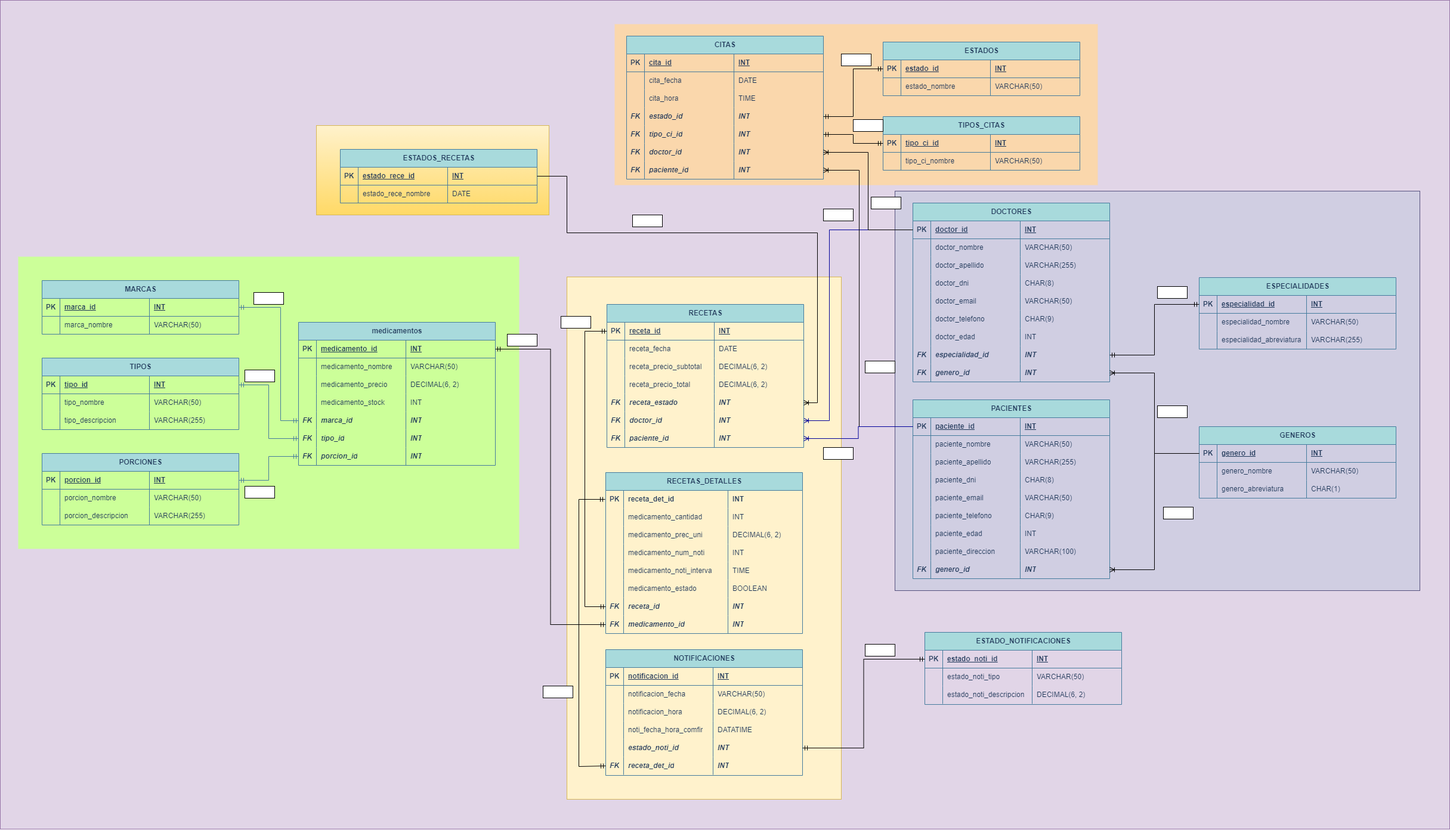
jetaype21/BD-GRUPOUNO keeps this draw.io diagram as docConnect.drawio.png. Above is the earlier version. Source tidied: cells renumbered, new cells last; positions are measured from the earlier drawing's top-left corner, leaving out a move shared by most shapes.
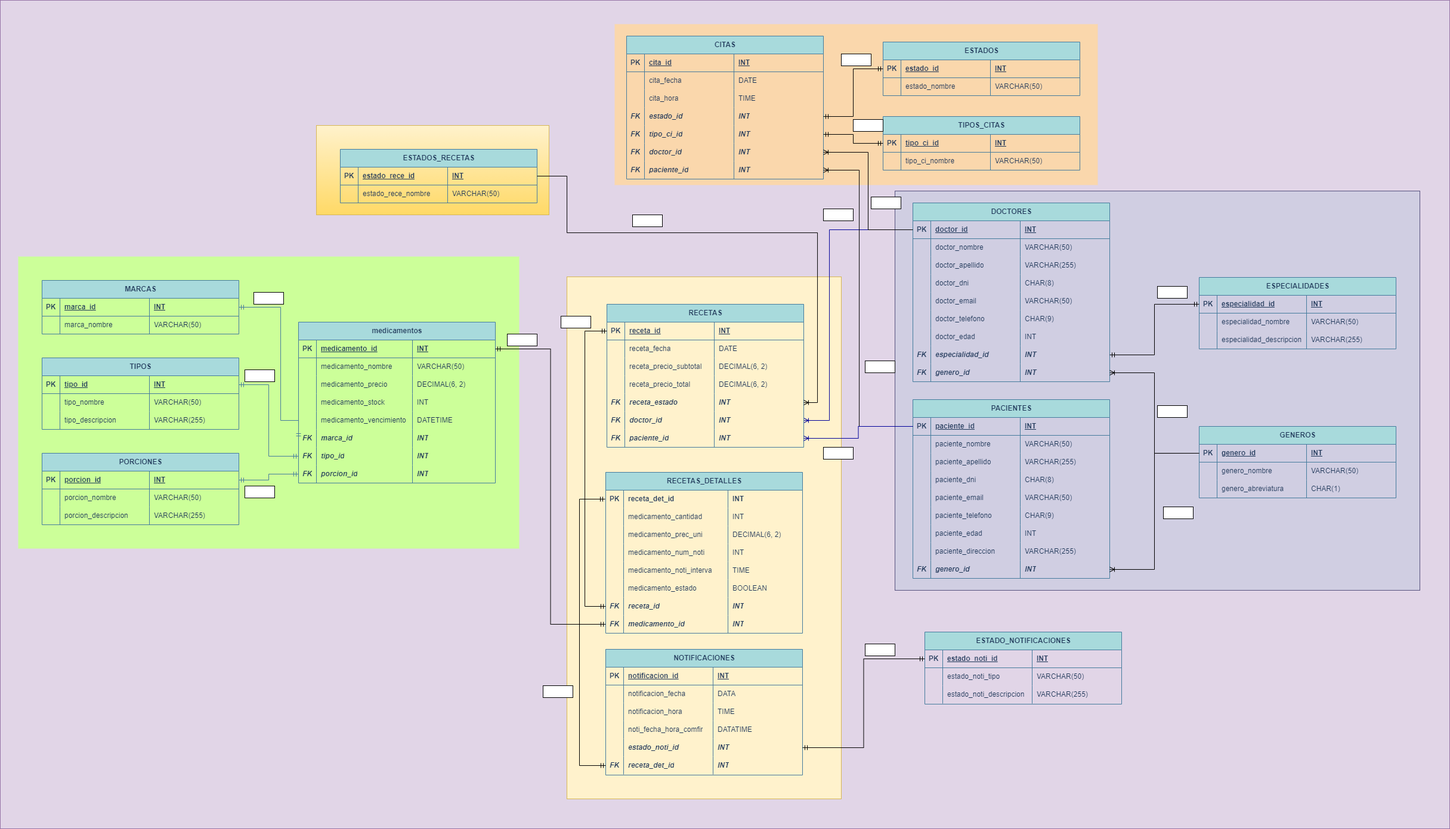
The same file after the commit.

The edit, as a diff of the source:
```diff
@@ -29,7 +29,7 @@
       <mxGeometry x="30" y="430" width="840" height="490" as="geometry" />
     </mxCell>
     <mxCell id="9" value="medicamentos" style="shape=table;startSize=30;rowLines=0;fontStyle=1;align=center;html=1;labelBackgroundColor=none;fillColor=#A8DADC;strokeColor=#457B9D;fontColor=#1D3557;" parent="1" vertex="1">
-      <mxGeometry x="500" y="540" width="330" height="240" as="geometry" />
+      <mxGeometry x="500" y="540" width="330" height="270" as="geometry" />
     </mxCell>
     <mxCell id="10" style="shape=tableRow;horizontal=0;startSize=0;swimlaneHead=0;swimlaneBody=0;fillColor=none;points=[[0,0.5],[1,0.5]];portConstraint=eastwest;top=0;left=0;right=0;bottom=1;labelBackgroundColor=none;strokeColor=#457B9D;fontColor=#1D3557;" parent="9" vertex="1">
       <mxGeometry y="30" width="330" height="30" as="geometry" />
@@ -38,10 +38,10 @@
       <mxGeometry width="30" height="30" as="geometry" />
     </mxCell>
     <mxCell id="12" value="medicamento_id" style="shape=partialRectangle;fillColor=none;top=0;left=0;bottom=0;right=0;align=left;spacingLeft=6;fontStyle=5;overflow=hidden;whiteSpace=wrap;html=1;labelBackgroundColor=none;strokeColor=#457B9D;fontColor=#1D3557;" parent="10" vertex="1">
-      <mxGeometry x="30" width="150" height="30" as="geometry" />
+      <mxGeometry x="30" width="161" height="30" as="geometry" />
     </mxCell>
     <mxCell id="13" value="INT" style="shape=partialRectangle;fillColor=none;top=0;left=0;bottom=0;right=0;align=left;spacingLeft=6;fontStyle=5;overflow=hidden;whiteSpace=wrap;html=1;labelBackgroundColor=none;strokeColor=#457B9D;fontColor=#1D3557;" parent="10" vertex="1">
-      <mxGeometry x="180" width="150" height="30" as="geometry" />
+      <mxGeometry x="191" width="139" height="30" as="geometry" />
     </mxCell>
     <mxCell id="14" style="shape=tableRow;horizontal=0;startSize=0;swimlaneHead=0;swimlaneBody=0;fillColor=none;top=0;left=0;right=0;bottom=0;labelBackgroundColor=none;strokeColor=#457B9D;fontColor=#1D3557;" parent="9" vertex="1">
       <mxGeometry y="60" width="330" height="30" as="geometry" />
@@ -50,10 +50,10 @@
       <mxGeometry width="30" height="30" as="geometry" />
     </mxCell>
     <mxCell id="16" value="medicamento_nombre" style="shape=partialRectangle;fillColor=none;top=0;left=0;bottom=0;right=0;align=left;spacingLeft=6;overflow=hidden;whiteSpace=wrap;html=1;labelBackgroundColor=none;strokeColor=#457B9D;fontColor=#1D3557;" parent="14" vertex="1">
-      <mxGeometry x="30" width="150" height="30" as="geometry" />
+      <mxGeometry x="30" width="161" height="30" as="geometry" />
     </mxCell>
     <mxCell id="17" value="VARCHAR(50)" style="shape=partialRectangle;fillColor=none;top=0;left=0;bottom=0;right=0;align=left;spacingLeft=6;overflow=hidden;whiteSpace=wrap;html=1;labelBackgroundColor=none;strokeColor=#457B9D;fontColor=#1D3557;" parent="14" vertex="1">
-      <mxGeometry x="180" width="150" height="30" as="geometry" />
+      <mxGeometry x="191" width="139" height="30" as="geometry" />
     </mxCell>
     <mxCell id="18" style="shape=tableRow;horizontal=0;startSize=0;swimlaneHead=0;swimlaneBody=0;fillColor=none;top=0;left=0;right=0;bottom=0;labelBackgroundColor=none;strokeColor=#457B9D;fontColor=#1D3557;" parent="9" vertex="1">
       <mxGeometry y="90" width="330" height="30" as="geometry" />
@@ -62,10 +62,10 @@
       <mxGeometry width="30" height="30" as="geometry" />
     </mxCell>
     <mxCell id="20" value="medicamento_precio" style="shape=partialRectangle;fillColor=none;top=0;left=0;bottom=0;right=0;align=left;spacingLeft=6;overflow=hidden;whiteSpace=wrap;html=1;labelBackgroundColor=none;strokeColor=#457B9D;fontColor=#1D3557;" parent="18" vertex="1">
-      <mxGeometry x="30" width="150" height="30" as="geometry" />
+      <mxGeometry x="30" width="161" height="30" as="geometry" />
     </mxCell>
     <mxCell id="21" value="DECIMAL(6, 2)" style="shape=partialRectangle;fillColor=none;top=0;left=0;bottom=0;right=0;align=left;spacingLeft=6;overflow=hidden;whiteSpace=wrap;html=1;labelBackgroundColor=none;strokeColor=#457B9D;fontColor=#1D3557;" parent="18" vertex="1">
-      <mxGeometry x="180" width="150" height="30" as="geometry" />
+      <mxGeometry x="191" width="139" height="30" as="geometry" />
     </mxCell>
     <mxCell id="22" style="shape=tableRow;horizontal=0;startSize=0;swimlaneHead=0;swimlaneBody=0;fillColor=none;top=0;left=0;right=0;bottom=0;labelBackgroundColor=none;strokeColor=#457B9D;fontColor=#1D3557;" parent="9" vertex="1">
       <mxGeometry y="120" width="330" height="30" as="geometry" />
@@ -74,46 +74,58 @@
       <mxGeometry width="30" height="30" as="geometry" />
     </mxCell>
     <mxCell id="24" value="medicamento_stock" style="shape=partialRectangle;fillColor=none;top=0;left=0;bottom=0;right=0;align=left;spacingLeft=6;overflow=hidden;whiteSpace=wrap;html=1;labelBackgroundColor=none;strokeColor=#457B9D;fontColor=#1D3557;" parent="22" vertex="1">
-      <mxGeometry x="30" width="150" height="30" as="geometry" />
+      <mxGeometry x="30" width="161" height="30" as="geometry" />
     </mxCell>
     <mxCell id="25" value="INT" style="shape=partialRectangle;fillColor=none;top=0;left=0;bottom=0;right=0;align=left;spacingLeft=6;overflow=hidden;whiteSpace=wrap;html=1;labelBackgroundColor=none;strokeColor=#457B9D;fontColor=#1D3557;" parent="22" vertex="1">
-      <mxGeometry x="180" width="150" height="30" as="geometry" />
+      <mxGeometry x="191" width="139" height="30" as="geometry" />
     </mxCell>
+    <mxCell id="362" style="shape=tableRow;horizontal=0;startSize=0;swimlaneHead=0;swimlaneBody=0;fillColor=none;top=0;left=0;right=0;bottom=0;labelBackgroundColor=none;strokeColor=#457B9D;fontColor=#1D3557;" parent="9" vertex="1">
+      <mxGeometry y="150" width="330" height="30" as="geometry" />
+    </mxCell>
+    <mxCell id="363" style="shape=partialRectangle;fillColor=none;top=0;left=0;bottom=0;right=0;overflow=hidden;whiteSpace=wrap;html=1;labelBackgroundColor=none;strokeColor=#457B9D;fontColor=#1D3557;" parent="362" vertex="1">
+      <mxGeometry width="30" height="30" as="geometry" />
+    </mxCell>
+    <mxCell id="364" value="medicamento_vencimiento" style="shape=partialRectangle;fillColor=none;top=0;left=0;bottom=0;right=0;align=left;spacingLeft=6;overflow=hidden;whiteSpace=wrap;html=1;labelBackgroundColor=none;strokeColor=#457B9D;fontColor=#1D3557;" parent="362" vertex="1">
+      <mxGeometry x="30" width="161" height="30" as="geometry" />
+    </mxCell>
+    <mxCell id="365" value="DATETIME" style="shape=partialRectangle;fillColor=none;top=0;left=0;bottom=0;right=0;align=left;spacingLeft=6;overflow=hidden;whiteSpace=wrap;html=1;labelBackgroundColor=none;strokeColor=#457B9D;fontColor=#1D3557;" parent="362" vertex="1">
+      <mxGeometry x="191" width="139" height="30" as="geometry" />
+    </mxCell>
     <mxCell id="26" style="shape=tableRow;horizontal=0;startSize=0;swimlaneHead=0;swimlaneBody=0;fillColor=none;points=[[0,0.5],[1,0.5]];portConstraint=eastwest;top=0;left=0;right=0;bottom=0;labelBackgroundColor=none;strokeColor=#457B9D;fontColor=#1D3557;fontStyle=3;" parent="9" vertex="1">
-      <mxGeometry y="150" width="330" height="30" as="geometry" />
+      <mxGeometry y="180" width="330" height="30" as="geometry" />
     </mxCell>
     <mxCell id="27" value="FK" style="shape=partialRectangle;fillColor=none;top=0;left=0;bottom=0;right=0;overflow=hidden;whiteSpace=wrap;html=1;labelBackgroundColor=none;strokeColor=#457B9D;fontColor=#1D3557;fontStyle=3;" parent="26" vertex="1">
       <mxGeometry width="30" height="30" as="geometry" />
     </mxCell>
     <mxCell id="28" value="marca_id" style="shape=partialRectangle;fillColor=none;top=0;left=0;bottom=0;right=0;align=left;spacingLeft=6;overflow=hidden;whiteSpace=wrap;html=1;labelBackgroundColor=none;strokeColor=#457B9D;fontColor=#1D3557;fontStyle=3;" parent="26" vertex="1">
-      <mxGeometry x="30" width="150" height="30" as="geometry" />
+      <mxGeometry x="30" width="161" height="30" as="geometry" />
     </mxCell>
     <mxCell id="29" value="INT" style="shape=partialRectangle;fillColor=none;top=0;left=0;bottom=0;right=0;align=left;spacingLeft=6;overflow=hidden;whiteSpace=wrap;html=1;labelBackgroundColor=none;strokeColor=#457B9D;fontColor=#1D3557;fontStyle=3;" parent="26" vertex="1">
-      <mxGeometry x="180" width="150" height="30" as="geometry" />
+      <mxGeometry x="191" width="139" height="30" as="geometry" />
     </mxCell>
     <mxCell id="30" style="shape=tableRow;horizontal=0;startSize=0;swimlaneHead=0;swimlaneBody=0;fillColor=none;points=[[0,0.5],[1,0.5]];portConstraint=eastwest;top=0;left=0;right=0;bottom=0;labelBackgroundColor=none;strokeColor=#457B9D;fontColor=#1D3557;" parent="9" vertex="1">
-      <mxGeometry y="180" width="330" height="30" as="geometry" />
+      <mxGeometry y="210" width="330" height="30" as="geometry" />
     </mxCell>
     <mxCell id="31" value="FK" style="shape=partialRectangle;fillColor=none;top=0;left=0;bottom=0;right=0;overflow=hidden;whiteSpace=wrap;html=1;labelBackgroundColor=none;strokeColor=#457B9D;fontColor=#1D3557;fontStyle=3;" parent="30" vertex="1">
       <mxGeometry width="30" height="30" as="geometry" />
     </mxCell>
     <mxCell id="32" value="tipo_id" style="shape=partialRectangle;fillColor=none;top=0;left=0;bottom=0;right=0;align=left;spacingLeft=6;overflow=hidden;whiteSpace=wrap;html=1;labelBackgroundColor=none;strokeColor=#457B9D;fontColor=#1D3557;fontStyle=3;" parent="30" vertex="1">
-      <mxGeometry x="30" width="150" height="30" as="geometry" />
+      <mxGeometry x="30" width="161" height="30" as="geometry" />
     </mxCell>
     <mxCell id="33" value="INT" style="shape=partialRectangle;fillColor=none;top=0;left=0;bottom=0;right=0;align=left;spacingLeft=6;overflow=hidden;whiteSpace=wrap;html=1;labelBackgroundColor=none;strokeColor=#457B9D;fontColor=#1D3557;fontStyle=3;" parent="30" vertex="1">
-      <mxGeometry x="180" width="150" height="30" as="geometry" />
+      <mxGeometry x="191" width="139" height="30" as="geometry" />
     </mxCell>
     <mxCell id="34" style="shape=tableRow;horizontal=0;startSize=0;swimlaneHead=0;swimlaneBody=0;fillColor=none;points=[[0,0.5],[1,0.5]];portConstraint=eastwest;top=0;left=0;right=0;bottom=0;labelBackgroundColor=none;strokeColor=#457B9D;fontColor=#1D3557;" parent="9" vertex="1">
-      <mxGeometry y="210" width="330" height="30" as="geometry" />
+      <mxGeometry y="240" width="330" height="30" as="geometry" />
     </mxCell>
     <mxCell id="35" value="FK" style="shape=partialRectangle;fillColor=none;top=0;left=0;bottom=0;right=0;overflow=hidden;whiteSpace=wrap;html=1;labelBackgroundColor=none;strokeColor=#457B9D;fontColor=#1D3557;fontStyle=3;" parent="34" vertex="1">
       <mxGeometry width="30" height="30" as="geometry" />
     </mxCell>
     <mxCell id="36" value="porcion_id" style="shape=partialRectangle;fillColor=none;top=0;left=0;bottom=0;right=0;align=left;spacingLeft=6;overflow=hidden;whiteSpace=wrap;html=1;labelBackgroundColor=none;strokeColor=#457B9D;fontColor=#1D3557;fontStyle=3;" parent="34" vertex="1">
-      <mxGeometry x="30" width="150" height="30" as="geometry" />
+      <mxGeometry x="30" width="161" height="30" as="geometry" />
     </mxCell>
     <mxCell id="37" value="INT" style="shape=partialRectangle;fillColor=none;top=0;left=0;bottom=0;right=0;align=left;spacingLeft=6;overflow=hidden;whiteSpace=wrap;html=1;labelBackgroundColor=none;strokeColor=#457B9D;fontColor=#1D3557;fontStyle=3;" parent="34" vertex="1">
-      <mxGeometry x="180" width="150" height="30" as="geometry" />
+      <mxGeometry x="191" width="139" height="30" as="geometry" />
     </mxCell>
     <mxCell id="38" value="PORCIONES" style="shape=table;startSize=30;rowLines=0;fontStyle=1;align=center;html=1;labelBackgroundColor=none;fillColor=#A8DADC;strokeColor=#457B9D;fontColor=#1D3557;" parent="1" vertex="1">
       <mxGeometry x="70" y="760" width="330" height="120" as="geometry" />
@@ -417,7 +429,7 @@
     <mxCell id="136" style="shape=partialRectangle;fillColor=none;top=0;left=0;bottom=0;right=0;overflow=hidden;whiteSpace=wrap;html=1;labelBackgroundColor=none;strokeColor=#457B9D;fontColor=#1D3557;" parent="135" vertex="1">
       <mxGeometry width="30" height="30" as="geometry" />
     </mxCell>
-    <mxCell id="137" value="especialidad_abreviatura" style="shape=partialRectangle;fillColor=none;top=0;left=0;bottom=0;right=0;align=left;spacingLeft=6;overflow=hidden;whiteSpace=wrap;html=1;labelBackgroundColor=none;strokeColor=#457B9D;fontColor=#1D3557;" parent="135" vertex="1">
+    <mxCell id="137" value="especialidad_descripcion" style="shape=partialRectangle;fillColor=none;top=0;left=0;bottom=0;right=0;align=left;spacingLeft=6;overflow=hidden;whiteSpace=wrap;html=1;labelBackgroundColor=none;strokeColor=#457B9D;fontColor=#1D3557;" parent="135" vertex="1">
       <mxGeometry x="30" width="150" height="30" as="geometry" />
     </mxCell>
     <mxCell id="138" value="VARCHAR(255)" style="shape=partialRectangle;fillColor=none;top=0;left=0;bottom=0;right=0;align=left;spacingLeft=6;overflow=hidden;whiteSpace=wrap;html=1;labelBackgroundColor=none;strokeColor=#457B9D;fontColor=#1D3557;" parent="135" vertex="1">
@@ -519,7 +531,7 @@
     <mxCell id="170" value="paciente_direccion" style="shape=partialRectangle;fillColor=none;top=0;left=0;bottom=0;right=0;align=left;spacingLeft=6;overflow=hidden;whiteSpace=wrap;html=1;labelBackgroundColor=none;strokeColor=#457B9D;fontColor=#1D3557;" parent="168" vertex="1">
       <mxGeometry x="30" width="150" height="30" as="geometry" />
     </mxCell>
-    <mxCell id="171" value="VARCHAR(100)" style="shape=partialRectangle;fillColor=none;top=0;left=0;bottom=0;right=0;align=left;spacingLeft=6;overflow=hidden;whiteSpace=wrap;html=1;labelBackgroundColor=none;strokeColor=#457B9D;fontColor=#1D3557;" parent="168" vertex="1">
+    <mxCell id="171" value="VARCHAR(255)" style="shape=partialRectangle;fillColor=none;top=0;left=0;bottom=0;right=0;align=left;spacingLeft=6;overflow=hidden;whiteSpace=wrap;html=1;labelBackgroundColor=none;strokeColor=#457B9D;fontColor=#1D3557;" parent="168" vertex="1">
       <mxGeometry x="180" width="150" height="30" as="geometry" />
     </mxCell>
     <mxCell id="172" style="shape=tableRow;horizontal=0;startSize=0;swimlaneHead=0;swimlaneBody=0;fillColor=none;points=[[0,0.5],[1,0.5]];portConstraint=eastwest;top=0;left=0;right=0;bottom=0;labelBackgroundColor=none;strokeColor=#457B9D;fontColor=#1D3557;" parent="139" vertex="1">
@@ -925,7 +937,7 @@
     <mxCell id="302" value="notificacion_fecha" style="shape=partialRectangle;fillColor=none;top=0;left=0;bottom=0;right=0;align=left;spacingLeft=6;overflow=hidden;whiteSpace=wrap;html=1;labelBackgroundColor=none;strokeColor=#457B9D;fontColor=#1D3557;" parent="300" vertex="1">
       <mxGeometry x="30" width="150" height="30" as="geometry" />
     </mxCell>
-    <mxCell id="303" value="VARCHAR(50)" style="shape=partialRectangle;fillColor=none;top=0;left=0;bottom=0;right=0;align=left;spacingLeft=6;overflow=hidden;whiteSpace=wrap;html=1;labelBackgroundColor=none;strokeColor=#457B9D;fontColor=#1D3557;" parent="300" vertex="1">
+    <mxCell id="303" value="DATA" style="shape=partialRectangle;fillColor=none;top=0;left=0;bottom=0;right=0;align=left;spacingLeft=6;overflow=hidden;whiteSpace=wrap;html=1;labelBackgroundColor=none;strokeColor=#457B9D;fontColor=#1D3557;" parent="300" vertex="1">
       <mxGeometry x="180" width="150" height="30" as="geometry" />
     </mxCell>
     <mxCell id="304" style="shape=tableRow;horizontal=0;startSize=0;swimlaneHead=0;swimlaneBody=0;fillColor=none;top=0;left=0;right=0;bottom=0;labelBackgroundColor=none;strokeColor=#457B9D;fontColor=#1D3557;" parent="295" vertex="1">
@@ -937,7 +949,7 @@
     <mxCell id="306" value="notificacion_hora" style="shape=partialRectangle;fillColor=none;top=0;left=0;bottom=0;right=0;align=left;spacingLeft=6;overflow=hidden;whiteSpace=wrap;html=1;labelBackgroundColor=none;strokeColor=#457B9D;fontColor=#1D3557;" parent="304" vertex="1">
       <mxGeometry x="30" width="150" height="30" as="geometry" />
     </mxCell>
-    <mxCell id="307" value="DECIMAL(6, 2)" style="shape=partialRectangle;fillColor=none;top=0;left=0;bottom=0;right=0;align=left;spacingLeft=6;overflow=hidden;whiteSpace=wrap;html=1;labelBackgroundColor=none;strokeColor=#457B9D;fontColor=#1D3557;" parent="304" vertex="1">
+    <mxCell id="307" value="TIME" style="shape=partialRectangle;fillColor=none;top=0;left=0;bottom=0;right=0;align=left;spacingLeft=6;overflow=hidden;whiteSpace=wrap;html=1;labelBackgroundColor=none;strokeColor=#457B9D;fontColor=#1D3557;" parent="304" vertex="1">
       <mxGeometry x="180" width="150" height="30" as="geometry" />
     </mxCell>
     <mxCell id="308" style="shape=tableRow;horizontal=0;startSize=0;swimlaneHead=0;swimlaneBody=0;fillColor=none;top=0;left=0;right=0;bottom=0;labelBackgroundColor=none;strokeColor=#457B9D;fontColor=#1D3557;" parent="295" vertex="1">
@@ -1012,7 +1024,7 @@
     <mxCell id="331" value="estado_noti_descripcion" style="shape=partialRectangle;fillColor=none;top=0;left=0;bottom=0;right=0;align=left;spacingLeft=6;overflow=hidden;whiteSpace=wrap;html=1;labelBackgroundColor=none;strokeColor=#457B9D;fontColor=#1D3557;" parent="329" vertex="1">
       <mxGeometry x="30" width="150" height="30" as="geometry" />
     </mxCell>
-    <mxCell id="332" value="DECIMAL(6, 2)" style="shape=partialRectangle;fillColor=none;top=0;left=0;bottom=0;right=0;align=left;spacingLeft=6;overflow=hidden;whiteSpace=wrap;html=1;labelBackgroundColor=none;strokeColor=#457B9D;fontColor=#1D3557;" parent="329" vertex="1">
+    <mxCell id="332" value="VARCHAR(255)" style="shape=partialRectangle;fillColor=none;top=0;left=0;bottom=0;right=0;align=left;spacingLeft=6;overflow=hidden;whiteSpace=wrap;html=1;labelBackgroundColor=none;strokeColor=#457B9D;fontColor=#1D3557;" parent="329" vertex="1">
       <mxGeometry x="180" width="150" height="30" as="geometry" />
     </mxCell>
     <mxCell id="333" style="edgeStyle=orthogonalEdgeStyle;fontSize=12;html=1;endArrow=ERmandOne;startArrow=ERmandOne;rounded=0;exitX=1;exitY=0.5;exitDx=0;exitDy=0;entryX=0;entryY=0.5;entryDx=0;entryDy=0;" parent="1" edge="1" source="312" target="321">
@@ -1021,8 +1033,8 @@
     <mxCell id="334" style="fontSize=12;html=1;endArrow=ERmandOne;startArrow=ERmandOne;rounded=0;entryX=0;entryY=0.5;entryDx=0;entryDy=0;exitX=0;exitY=0.5;exitDx=0;exitDy=0;edgeStyle=orthogonalEdgeStyle;" parent="1" edge="1" source="316" target="261">
       <mxGeometry relative="1" as="geometry">
         <Array as="points">
-          <mxPoint x="970" y="1285" />
-          <mxPoint x="970" y="837" />
+          <mxPoint x="971" y="1284" />
+          <mxPoint x="971" y="837" />
         </Array>
       </mxGeometry>
     </mxCell>
@@ -1050,7 +1062,7 @@
     <mxCell id="342" value="estado_rece_nombre" style="shape=partialRectangle;fillColor=none;top=0;left=0;bottom=0;right=0;align=left;spacingLeft=6;overflow=hidden;whiteSpace=wrap;html=1;labelBackgroundColor=none;strokeColor=#457B9D;fontColor=#1D3557;" parent="340" vertex="1">
       <mxGeometry x="30" width="150" height="30" as="geometry" />
     </mxCell>
-    <mxCell id="343" value="DATE" style="shape=partialRectangle;fillColor=none;top=0;left=0;bottom=0;right=0;align=left;spacingLeft=6;overflow=hidden;whiteSpace=wrap;html=1;labelBackgroundColor=none;strokeColor=#457B9D;fontColor=#1D3557;" parent="340" vertex="1">
+    <mxCell id="343" value="VARCHAR(50)" style="shape=partialRectangle;fillColor=none;top=0;left=0;bottom=0;right=0;align=left;spacingLeft=6;overflow=hidden;whiteSpace=wrap;html=1;labelBackgroundColor=none;strokeColor=#457B9D;fontColor=#1D3557;" parent="340" vertex="1">
       <mxGeometry x="180" width="150" height="30" as="geometry" />
     </mxCell>
     <mxCell id="344" style="edgeStyle=orthogonalEdgeStyle;fontSize=12;html=1;endArrow=ERoneToMany;rounded=0;exitX=1;exitY=0.5;exitDx=0;exitDy=0;entryX=1;entryY=0.5;entryDx=0;entryDy=0;" parent="1" edge="1" source="336" target="247">
```
